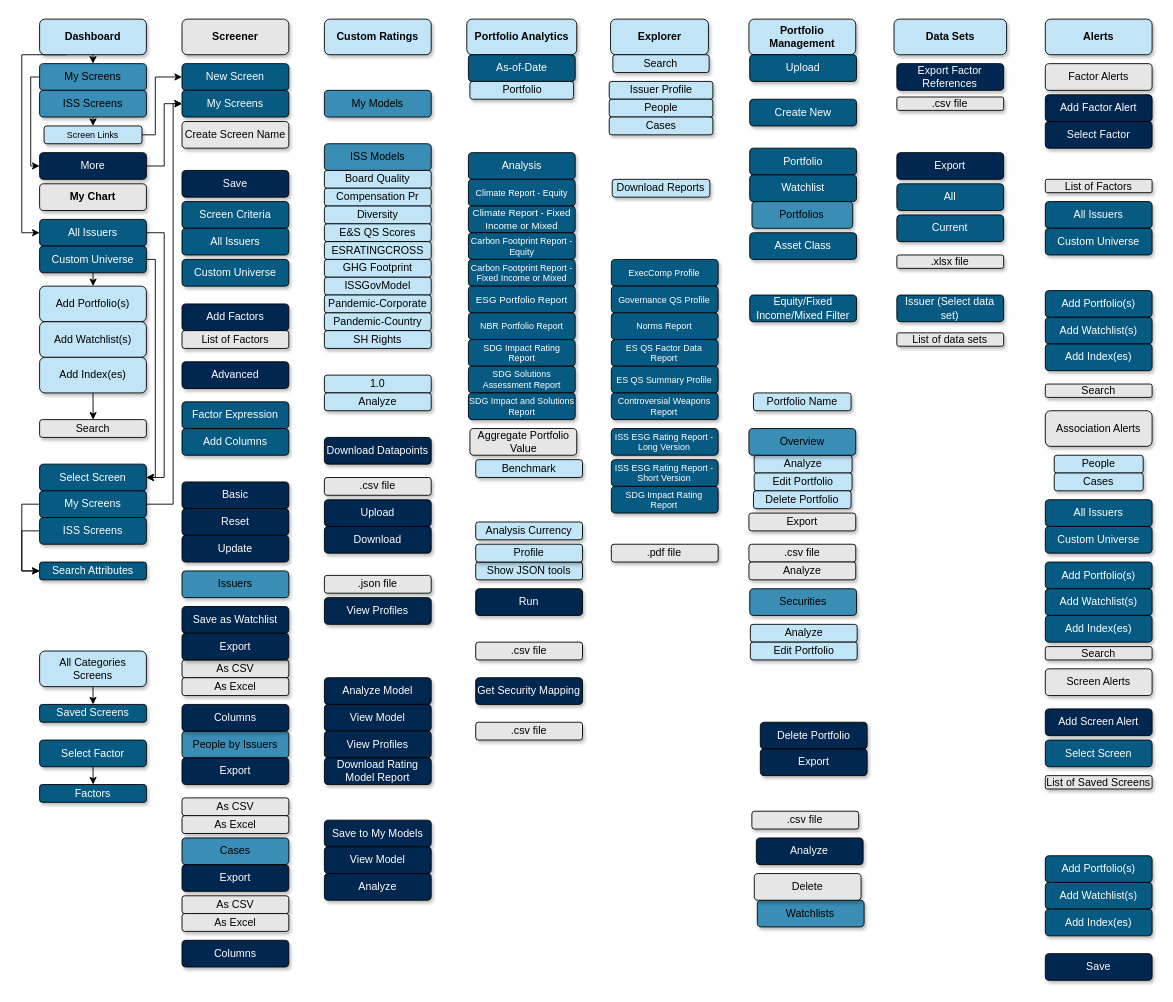
Above: DD_ObsoleteMetadata/DataDeskSitemap.drawio in slingshotdancu/slingshotdancu.github.io (draw.io), before the change. Source tidied: cells renumbered, new cells numbered last; positions are measured from the earlier drawing's top-left corner, leaving out a move shared by most shapes. Both pictures are drawn from the tidied source at 89%, with x=0, y=0 at pixel (21, 19).
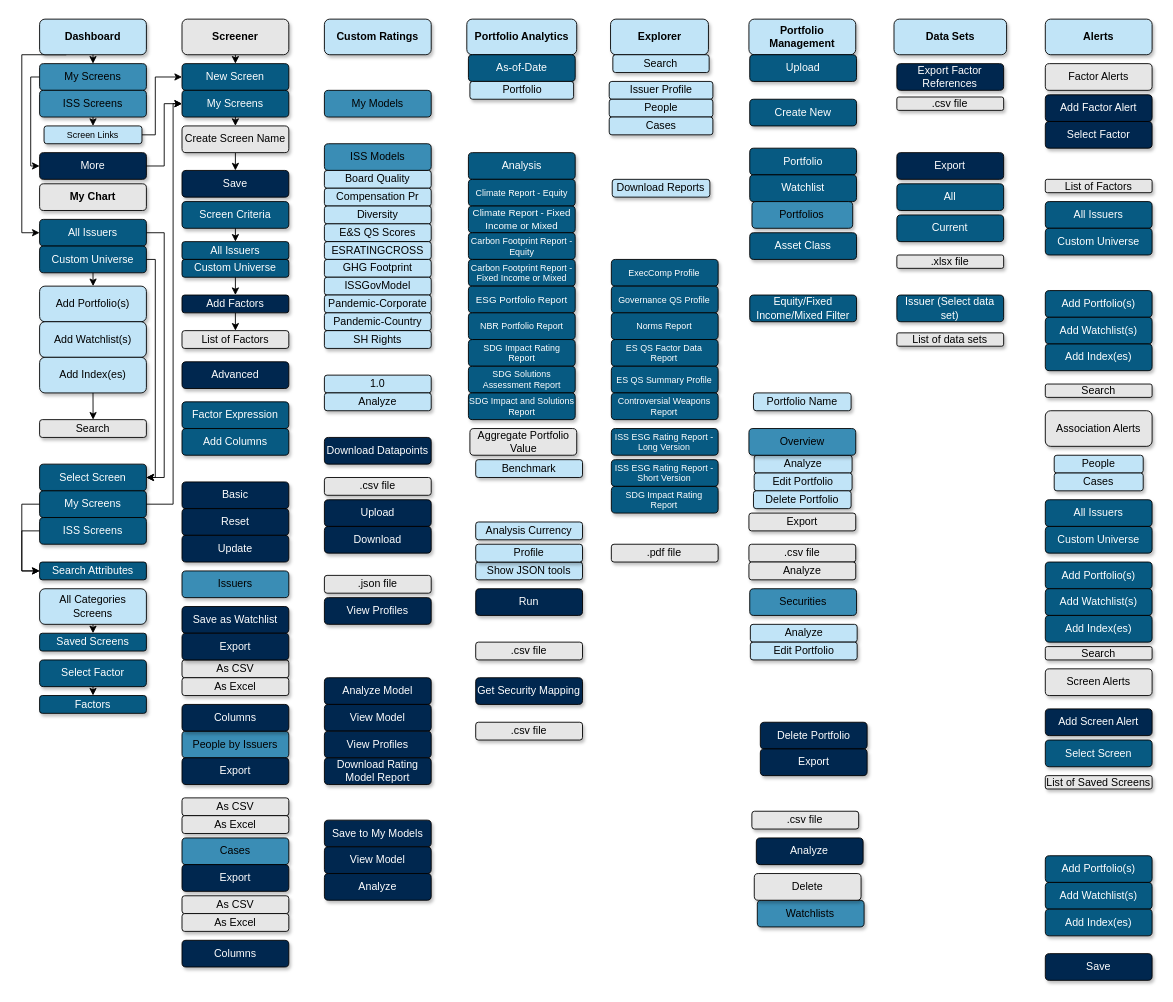
After the change.

Unchanged cells that the change refers to:
```xml
<mxCell id="132" style="group;" parent="1" vertex="1">
  <mxGeometry x="180" width="120" height="1065" as="geometry" />
</mxCell>
<mxCell id="133" value="Screener" style="rounded=1;whiteSpace=wrap;html=1;shadow=1;fillColor=#E6E6E6;fontStyle=1;" parent="132" vertex="1">
  <mxGeometry width="120" height="40" as="geometry" />
</mxCell>
<mxCell id="142" value="Save" style="rounded=1;whiteSpace=wrap;html=1;shadow=1;fillColor=#00274f;fontColor=#FFFFFF;" parent="132" vertex="1">
  <mxGeometry y="170" width="120" height="30" as="geometry" />
</mxCell>
<mxCell id="144" value="Screen Criteria" style="rounded=1;whiteSpace=wrap;html=1;shadow=1;fillColor=#075a82;fontColor=#FFFFFF;" parent="132" vertex="1">
  <mxGeometry y="205" width="120" height="30" as="geometry" />
</mxCell>
<mxCell id="147" value="New Screen" style="rounded=1;whiteSpace=wrap;html=1;shadow=1;fillColor=#075a82;fontColor=#FFFFFF;" parent="132" vertex="1">
  <mxGeometry y="50" width="120" height="30" as="geometry" />
</mxCell>
<mxCell id="149" value="List of Factors" style="rounded=1;whiteSpace=wrap;html=1;shadow=1;fillColor=#E6E6E6;" parent="132" vertex="1">
  <mxGeometry y="350" width="120" height="20" as="geometry" />
</mxCell>
<mxCell id="154" value="My Screens" style="rounded=1;whiteSpace=wrap;html=1;shadow=1;fillColor=#075a82;fontColor=#FFFFFF;" parent="132" vertex="1">
  <mxGeometry y="80" width="120" height="30" as="geometry" />
</mxCell>
<mxCell id="164" style="group;" parent="1" vertex="1">
  <mxGeometry x="20" width="120" height="880" as="geometry" />
</mxCell>
```

Change to the diagram source:
```diff
@@
+    <mxCell id="204" style="edgeStyle=orthogonalEdgeStyle;rounded=0;jettySize=auto;html=1;exitX=0.5;exitY=1;exitDx=0;exitDy=0;entryX=0.5;entryY=0;entryDx=0;entryDy=0;fontSize=10;fontColor=#FFFFFF;" parent="132" edge="1" source="133" target="147">
+      <mxGeometry relative="1" as="geometry" />
+    </mxCell>
@@
+    <mxCell id="205" style="edgeStyle=orthogonalEdgeStyle;rounded=0;jettySize=auto;html=1;exitX=0.5;exitY=1;exitDx=0;exitDy=0;entryX=0.5;entryY=0;entryDx=0;entryDy=0;fontSize=10;fontColor=#FFFFFF;" parent="132" edge="1" source="141" target="149">
+      <mxGeometry relative="1" as="geometry" />
+    </mxCell>
     <mxCell id="141" value="Add Factors" style="rounded=1;whiteSpace=wrap;html=1;shadow=1;fillColor=#00274f;fontColor=#FFFFFF;" parent="132" vertex="1">
-      <mxGeometry y="320" width="120" height="30" as="geometry" />
+      <mxGeometry y="310" width="120" height="20" as="geometry" />
     </mxCell>
@@
-    <mxCell id="143" value="Custom Universe" style="rounded=1;whiteSpace=wrap;html=1;shadow=1;fillColor=#075a82;fontColor=#FFFFFF;" parent="132" vertex="1">
-      <mxGeometry y="270" width="120" height="30" as="geometry" />
-    </mxCell>
+    <mxCell id="206" style="edgeStyle=orthogonalEdgeStyle;rounded=0;jettySize=auto;html=1;exitX=0.5;exitY=1;exitDx=0;exitDy=0;entryX=0.5;entryY=0;entryDx=0;entryDy=0;fontSize=10;fontColor=#FFFFFF;" parent="132" edge="1" source="144" target="155">
+      <mxGeometry relative="1" as="geometry" />
+    </mxCell>
@@
+    <mxCell id="207" style="edgeStyle=orthogonalEdgeStyle;rounded=0;jettySize=auto;html=1;exitX=0.5;exitY=1;exitDx=0;exitDy=0;entryX=0.5;entryY=0;entryDx=0;entryDy=0;fontSize=10;fontColor=#FFFFFF;" parent="132" edge="1" source="148" target="142">
+      <mxGeometry relative="1" as="geometry" />
+    </mxCell>
     <mxCell id="148" value="Create Screen Name" style="rounded=1;whiteSpace=wrap;html=1;shadow=1;fillColor=#E6E6E6;" parent="132" vertex="1">
-      <mxGeometry y="115" width="120" height="30" as="geometry" />
+      <mxGeometry y="120" width="120" height="30" as="geometry" />
     </mxCell>
@@
+    <mxCell id="208" style="edgeStyle=orthogonalEdgeStyle;rounded=0;jettySize=auto;html=1;exitX=0.5;exitY=1;exitDx=0;exitDy=0;entryX=0.5;entryY=0;entryDx=0;entryDy=0;fontSize=10;fontColor=#FFFFFF;" parent="132" edge="1" source="154" target="148">
+      <mxGeometry relative="1" as="geometry" />
+    </mxCell>
@@
     <mxCell id="155" value="All Issuers" style="rounded=1;whiteSpace=wrap;html=1;shadow=1;fillColor=#075a82;fontColor=#FFFFFF;" parent="132" vertex="1">
-      <mxGeometry y="235" width="120" height="30" as="geometry" />
+      <mxGeometry y="250" width="120" height="20" as="geometry" />
     </mxCell>
@@
+    <mxCell id="209" style="edgeStyle=orthogonalEdgeStyle;rounded=0;jettySize=auto;html=1;exitX=0.5;exitY=1;exitDx=0;exitDy=0;entryX=0.5;entryY=0;entryDx=0;entryDy=0;fontSize=10;fontColor=#FFFFFF;" parent="132" edge="1" source="143" target="141">
+      <mxGeometry relative="1" as="geometry" />
+    </mxCell>
+    <mxCell id="143" value="Custom Universe" style="rounded=1;whiteSpace=wrap;html=1;shadow=1;fillColor=#075a82;fontColor=#FFFFFF;" parent="132" vertex="1">
+      <mxGeometry y="270" width="120" height="20" as="geometry" />
+    </mxCell>
@@
     <mxCell id="170" value="All Categories Screens" style="rounded=1;whiteSpace=wrap;html=1;fillColor=#c1e4f7;shadow=1;" parent="164" vertex="1">
-      <mxGeometry y="710" width="120" height="40" as="geometry" />
+      <mxGeometry y="640" width="120" height="40" as="geometry" />
     </mxCell>
@@
+    <mxCell id="210" style="edgeStyle=orthogonalEdgeStyle;rounded=0;jettySize=auto;html=1;exitX=0.5;exitY=1;exitDx=0;exitDy=0;entryX=0.5;entryY=0;entryDx=0;entryDy=0;fontSize=10;fontColor=#FFFFFF;" parent="164" edge="1" source="180" target="189">
+      <mxGeometry relative="1" as="geometry" />
+    </mxCell>
     <mxCell id="180" value="Select Factor" style="rounded=1;whiteSpace=wrap;html=1;shadow=1;fillColor=#075a82;fontColor=#FFFFFF;" parent="164" vertex="1">
-      <mxGeometry y="810" width="120" height="30" as="geometry" />
+      <mxGeometry y="720" width="120" height="30" as="geometry" />
     </mxCell>
     <mxCell id="181" value="Saved Screens" style="rounded=1;whiteSpace=wrap;html=1;shadow=1;fillColor=#075a82;fontColor=#FFFFFF;" parent="164" vertex="1">
-      <mxGeometry y="770" width="120" height="20" as="geometry" />
+      <mxGeometry y="690" width="120" height="20" as="geometry" />
     </mxCell>
@@
     <mxCell id="189" value="Factors" style="rounded=1;whiteSpace=wrap;html=1;shadow=1;fillColor=#075a82;fontColor=#FFFFFF;" parent="164" vertex="1">
-      <mxGeometry y="860" width="120" height="20" as="geometry" />
+      <mxGeometry y="760" width="120" height="20" as="geometry" />
     </mxCell>
@@
-    <mxCell id="198" style="edgeStyle=orthogonalEdgeStyle;rounded=0;jettySize=auto;html=1;exitX=0.5;exitY=1;exitDx=0;exitDy=0;fontSize=10;fontColor=#FFFFFF;" parent="1" edge="1" source="180">
-      <mxGeometry relative="1" as="geometry">
-        <mxPoint x="80.1" y="860" as="targetPoint" />
-      </mxGeometry>
-    </mxCell>
```
